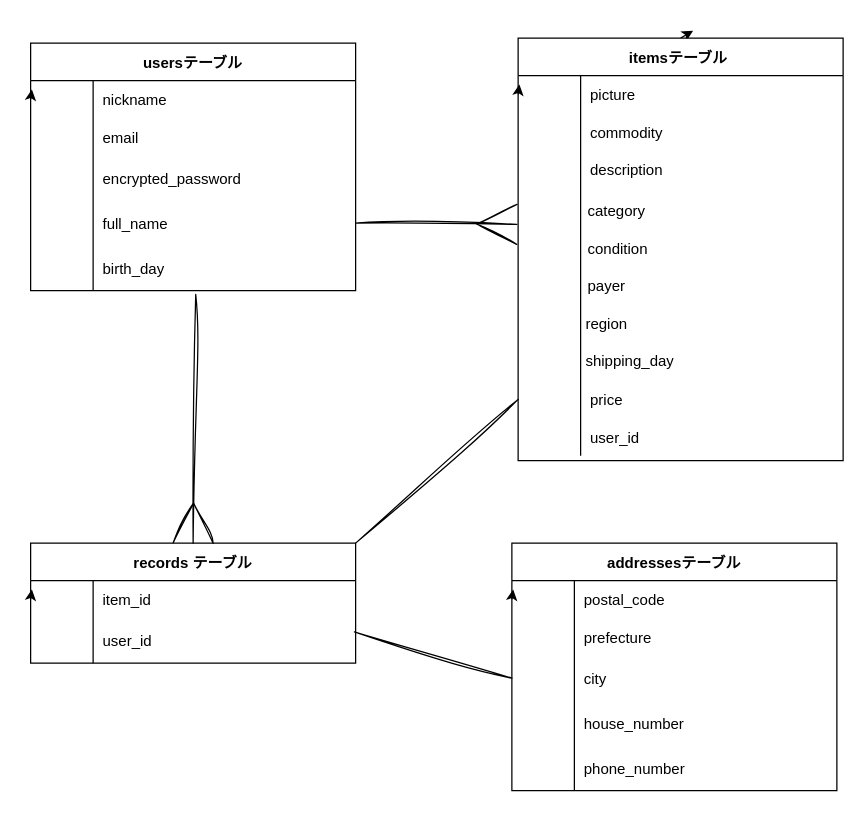
Earlier version of the draw.io diagram test.dio (izmax1109/furima-39908). Source tidied: cells renumbered, new cells numbered last; positions are measured from the earlier drawing's top-left corner, leaving out a move shared by most shapes. Both pictures are drawn from the tidied source at 125%, with x=0, y=0 at pixel (30, 30).
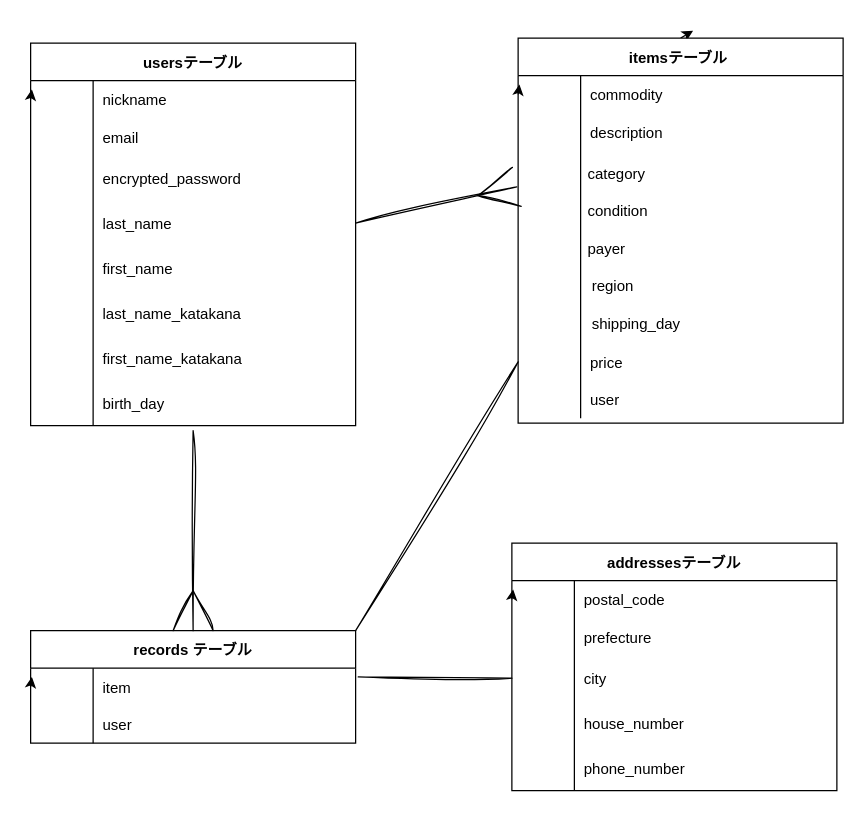
The same page after the edit.

The change refers to these unchanged cells:
```xml
<mxCell id="12" style="shape=tableRow;horizontal=0;startSize=0;swimlaneHead=0;swimlaneBody=0;fillColor=none;points=[[0,0.5],[1,0.5]];portConstraint=eastwest;top=0;left=0;right=0;bottom=0;" parent="2" vertex="1">
  <mxGeometry y="126" width="260" height="36" as="geometry" />
</mxCell>
<mxCell id="15" style="shape=tableRow;horizontal=0;startSize=0;swimlaneHead=0;swimlaneBody=0;fillColor=none;points=[[0,0.5],[1,0.5]];portConstraint=eastwest;top=0;left=0;right=0;bottom=0;" parent="2" vertex="1">
  <mxGeometry y="162" width="260" height="36" as="geometry" />
</mxCell>
<mxCell id="59" style="shape=tableRow;horizontal=0;startSize=0;swimlaneHead=0;swimlaneBody=0;fillColor=none;points=[[0,0.5],[1,0.5]];portConstraint=eastwest;top=0;left=0;right=0;bottom=0;" parent="52" vertex="1">
  <mxGeometry y="90" width="260" height="36" as="geometry" />
</mxCell>
<mxCell id="70" style="shape=tableRow;horizontal=0;startSize=0;swimlaneHead=0;swimlaneBody=0;fillColor=none;points=[[0,0.5],[1,0.5]];portConstraint=eastwest;top=0;left=0;right=0;bottom=0;" parent="69" vertex="1">
  <mxGeometry y="30" width="260" height="30" as="geometry" />
</mxCell>
```

What changed in the source:
```diff
@@
     <mxCell id="2" value="usersテーブル" style="shape=table;startSize=30;childLayout=tableLayout;rowLines=0;fontStyle=1;align=center;" parent="1" vertex="1">
-      <mxGeometry y="10" width="260" height="198" as="geometry" />
+      <mxGeometry y="10" width="260" height="306" as="geometry" />
     </mxCell>
@@
-    <mxCell id="14" value="full_name" style="shape=partialRectangle;fillColor=none;top=0;left=0;bottom=0;right=0;align=left;spacingLeft=6;overflow=hidden;" parent="12" vertex="1">
+    <mxCell id="14" value="last_name" style="shape=partialRectangle;fillColor=none;top=0;left=0;bottom=0;right=0;align=left;spacingLeft=6;overflow=hidden;" parent="12" vertex="1">
       <mxGeometry x="50" width="210" height="36" as="geometry" />
     </mxCell>
@@
-    <mxCell id="17" value="birth_day" style="shape=partialRectangle;fillColor=none;top=0;left=0;bottom=0;right=0;align=left;spacingLeft=6;overflow=hidden;" parent="15" vertex="1">
+    <mxCell id="17" value="first_name" style="shape=partialRectangle;fillColor=none;top=0;left=0;bottom=0;right=0;align=left;spacingLeft=6;overflow=hidden;" parent="15" vertex="1">
       <mxGeometry x="50" width="210" height="36" as="geometry" />
     </mxCell>
@@
+    <mxCell id="86" style="shape=tableRow;horizontal=0;startSize=0;swimlaneHead=0;swimlaneBody=0;fillColor=none;top=0;left=0;right=0;bottom=0;" parent="2" vertex="1">
+      <mxGeometry y="198" width="260" height="36" as="geometry" />
+    </mxCell>
+    <mxCell id="87" style="shape=partialRectangle;fillColor=none;top=0;left=0;bottom=0;right=0;overflow=hidden;" parent="86" vertex="1">
+      <mxGeometry width="50" height="36" as="geometry" />
+    </mxCell>
+    <mxCell id="88" value="last_name_katakana" style="shape=partialRectangle;fillColor=none;top=0;left=0;bottom=0;right=0;align=left;spacingLeft=6;overflow=hidden;" parent="86" vertex="1">
+      <mxGeometry x="50" width="210" height="36" as="geometry" />
+    </mxCell>
+    <mxCell id="89" style="shape=tableRow;horizontal=0;startSize=0;swimlaneHead=0;swimlaneBody=0;fillColor=none;top=0;left=0;right=0;bottom=0;" parent="2" vertex="1">
+      <mxGeometry y="234" width="260" height="36" as="geometry" />
+    </mxCell>
+    <mxCell id="90" style="shape=partialRectangle;fillColor=none;top=0;left=0;bottom=0;right=0;overflow=hidden;" parent="89" vertex="1">
+      <mxGeometry width="50" height="36" as="geometry" />
+    </mxCell>
+    <mxCell id="91" value="first_name_katakana" style="shape=partialRectangle;fillColor=none;top=0;left=0;bottom=0;right=0;align=left;spacingLeft=6;overflow=hidden;" parent="89" vertex="1">
+      <mxGeometry x="50" width="210" height="36" as="geometry" />
+    </mxCell>
+    <mxCell id="92" style="shape=tableRow;horizontal=0;startSize=0;swimlaneHead=0;swimlaneBody=0;fillColor=none;top=0;left=0;right=0;bottom=0;" parent="2" vertex="1">
+      <mxGeometry y="270" width="260" height="36" as="geometry" />
+    </mxCell>
+    <mxCell id="93" style="shape=partialRectangle;fillColor=none;top=0;left=0;bottom=0;right=0;overflow=hidden;" parent="92" vertex="1">
+      <mxGeometry width="50" height="36" as="geometry" />
+    </mxCell>
+    <mxCell id="94" value="birth_day" style="shape=partialRectangle;fillColor=none;top=0;left=0;bottom=0;right=0;align=left;spacingLeft=6;overflow=hidden;" parent="92" vertex="1">
+      <mxGeometry x="50" width="210" height="36" as="geometry" />
+    </mxCell>
@@
     <mxCell id="20" value="itemsテーブル " style="shape=table;startSize=30;childLayout=tableLayout;rowLines=0;fontStyle=1;align=center;" parent="1" vertex="1">
-      <mxGeometry x="390" y="6" width="260" height="338" as="geometry" />
+      <mxGeometry x="390" y="6" width="260" height="308" as="geometry" />
     </mxCell>
-    <mxCell id="21" style="shape=tableRow;horizontal=0;startSize=0;swimlaneHead=0;swimlaneBody=0;fillColor=none;top=0;left=0;right=0;bottom=0;" parent="20" vertex="1">
-      <mxGeometry y="30" width="260" height="30" as="geometry" />
-    </mxCell>
-    <mxCell id="22" style="shape=partialRectangle;fillColor=none;top=0;left=0;bottom=0;right=0;overflow=hidden;" parent="21" vertex="1">
-      <mxGeometry width="50" height="30" as="geometry" />
-    </mxCell>
-    <mxCell id="23" value="picture   " style="shape=partialRectangle;fillColor=none;top=0;left=0;bottom=0;right=0;align=left;spacingLeft=6;overflow=hidden;" parent="21" vertex="1">
-      <mxGeometry x="50" width="210" height="30" as="geometry" />
-    </mxCell>
     <mxCell id="24" style="shape=tableRow;horizontal=0;startSize=0;swimlaneHead=0;swimlaneBody=0;fillColor=none;top=0;left=0;right=0;bottom=0;" parent="20" vertex="1">
-      <mxGeometry y="60" width="260" height="30" as="geometry" />
+      <mxGeometry y="30" width="260" height="30" as="geometry" />
     </mxCell>
@@
     <mxCell id="27" style="shape=tableRow;horizontal=0;startSize=0;swimlaneHead=0;swimlaneBody=0;fillColor=none;top=0;left=0;right=0;bottom=0;" parent="20" vertex="1">
-      <mxGeometry y="90" width="260" height="30" as="geometry" />
+      <mxGeometry y="60" width="260" height="30" as="geometry" />
     </mxCell>
@@
     <mxCell id="30" style="shape=tableRow;horizontal=0;startSize=0;swimlaneHead=0;swimlaneBody=0;fillColor=none;points=[[0,0.5],[1,0.5]];portConstraint=eastwest;top=0;left=0;right=0;bottom=0;" parent="20" vertex="1">
-      <mxGeometry y="120" width="260" height="30" as="geometry" />
+      <mxGeometry y="90" width="260" height="30" as="geometry" />
     </mxCell>
@@
     <mxCell id="33" style="shape=tableRow;horizontal=0;startSize=0;swimlaneHead=0;swimlaneBody=0;fillColor=none;top=0;left=0;right=0;bottom=0;" parent="20" vertex="1">
-      <mxGeometry y="150" width="260" height="30" as="geometry" />
+      <mxGeometry y="120" width="260" height="30" as="geometry" />
     </mxCell>
@@
     <mxCell id="36" style="shape=tableRow;horizontal=0;startSize=0;swimlaneHead=0;swimlaneBody=0;fillColor=none;top=0;left=0;right=0;bottom=0;" parent="20" vertex="1">
-      <mxGeometry y="180" width="260" height="30" as="geometry" />
+      <mxGeometry y="150" width="260" height="30" as="geometry" />
     </mxCell>
@@
     <mxCell id="39" style="shape=tableRow;horizontal=0;startSize=0;swimlaneHead=0;swimlaneBody=0;fillColor=none;top=0;left=0;right=0;bottom=0;" parent="20" vertex="1">
-      <mxGeometry y="210" width="260" height="30" as="geometry" />
+      <mxGeometry y="180" width="260" height="30" as="geometry" />
     </mxCell>
@@
     <mxCell id="42" style="shape=tableRow;horizontal=0;startSize=0;swimlaneHead=0;swimlaneBody=0;fillColor=none;top=0;left=0;right=0;bottom=0;" parent="20" vertex="1">
-      <mxGeometry y="240" width="260" height="34" as="geometry" />
+      <mxGeometry y="210" width="260" height="34" as="geometry" />
     </mxCell>
@@
     <mxCell id="45" style="shape=tableRow;horizontal=0;startSize=0;swimlaneHead=0;swimlaneBody=0;fillColor=none;points=[[0,0.5],[1,0.5]];portConstraint=eastwest;top=0;left=0;right=0;bottom=0;" parent="20" vertex="1">
-      <mxGeometry y="274" width="260" height="30" as="geometry" />
+      <mxGeometry y="244" width="260" height="30" as="geometry" />
     </mxCell>
@@
     <mxCell id="49" style="shape=tableRow;horizontal=0;startSize=0;swimlaneHead=0;swimlaneBody=0;fillColor=none;top=0;left=0;right=0;bottom=0;" parent="20" vertex="1">
-      <mxGeometry y="304" width="260" height="30" as="geometry" />
+      <mxGeometry y="274" width="260" height="30" as="geometry" />
     </mxCell>
@@
-    <mxCell id="51" value="user_id" style="shape=partialRectangle;fillColor=none;top=0;left=0;bottom=0;right=0;align=left;spacingLeft=6;overflow=hidden;" parent="49" vertex="1">
+    <mxCell id="51" value="user" style="shape=partialRectangle;fillColor=none;top=0;left=0;bottom=0;right=0;align=left;spacingLeft=6;overflow=hidden;" parent="49" vertex="1">
       <mxGeometry x="50" width="210" height="30" as="geometry" />
     </mxCell>
@@
     <mxCell id="69" value="records テーブル" style="shape=table;startSize=30;childLayout=tableLayout;rowLines=0;fontStyle=1;align=center;" parent="1" vertex="1">
-      <mxGeometry y="410" width="260" height="96" as="geometry" />
+      <mxGeometry y="480" width="260" height="90" as="geometry" />
     </mxCell>
@@
-    <mxCell id="72" value="item_id" style="shape=partialRectangle;fillColor=none;top=0;left=0;bottom=0;right=0;align=left;spacingLeft=6;overflow=hidden;" parent="70" vertex="1">
+    <mxCell id="72" value="item" style="shape=partialRectangle;fillColor=none;top=0;left=0;bottom=0;right=0;align=left;spacingLeft=6;overflow=hidden;" parent="70" vertex="1">
       <mxGeometry x="50" width="210" height="30" as="geometry" />
     </mxCell>
@@
     <mxCell id="74" style="shape=tableRow;horizontal=0;startSize=0;swimlaneHead=0;swimlaneBody=0;fillColor=none;top=0;left=0;right=0;bottom=0;" parent="69" vertex="1">
-      <mxGeometry y="60" width="260" height="36" as="geometry" />
+      <mxGeometry y="60" width="260" height="30" as="geometry" />
     </mxCell>
     <mxCell id="75" style="shape=partialRectangle;fillColor=none;top=0;left=0;bottom=0;right=0;overflow=hidden;" parent="74" vertex="1">
-      <mxGeometry width="50" height="36" as="geometry" />
+      <mxGeometry width="50" height="30" as="geometry" />
     </mxCell>
-    <mxCell id="76" value="user_id" style="shape=partialRectangle;fillColor=none;top=0;left=0;bottom=0;right=0;align=left;spacingLeft=6;overflow=hidden;" parent="74" vertex="1">
-      <mxGeometry x="50" width="210" height="36" as="geometry" />
+    <mxCell id="76" value="user" style="shape=partialRectangle;fillColor=none;top=0;left=0;bottom=0;right=0;align=left;spacingLeft=6;overflow=hidden;" parent="74" vertex="1">
+      <mxGeometry x="50" width="210" height="30" as="geometry" />
     </mxCell>
     <mxCell id="77" value="category" style="text;strokeColor=none;fillColor=none;align=left;verticalAlign=middle;spacingLeft=4;spacingRight=4;overflow=hidden;whiteSpace=wrap;html=1;" parent="1" vertex="1">
-      <mxGeometry x="440" y="130" width="210" height="30" as="geometry" />
+      <mxGeometry x="440" y="100" width="210" height="30" as="geometry" />
     </mxCell>
     <mxCell id="78" value="condition" style="text;strokeColor=none;fillColor=none;align=left;verticalAlign=middle;spacingLeft=4;spacingRight=4;overflow=hidden;whiteSpace=wrap;html=1;" parent="1" vertex="1">
-      <mxGeometry x="440" y="160" width="210" height="30" as="geometry" />
+      <mxGeometry x="440" y="130" width="210" height="30" as="geometry" />
     </mxCell>
     <mxCell id="79" value="payer" style="text;strokeColor=none;fillColor=none;align=left;verticalAlign=middle;spacingLeft=4;spacingRight=4;overflow=hidden;whiteSpace=wrap;html=1;" parent="1" vertex="1">
-      <mxGeometry x="440" y="190" width="210" height="30" as="geometry" />
+      <mxGeometry x="440" y="160" width="210" height="30" as="geometry" />
     </mxCell>
     <mxCell id="80" value="&amp;nbsp;region" style="text;strokeColor=none;fillColor=none;align=left;verticalAlign=middle;spacingLeft=4;spacingRight=4;overflow=hidden;whiteSpace=wrap;html=1;" parent="1" vertex="1">
-      <mxGeometry x="435" y="220" width="210" height="30" as="geometry" />
+      <mxGeometry x="440" y="190" width="210" height="30" as="geometry" />
     </mxCell>
     <mxCell id="81" value="&amp;nbsp;shipping_day" style="text;strokeColor=none;fillColor=none;align=left;verticalAlign=middle;spacingLeft=4;spacingRight=4;overflow=hidden;whiteSpace=wrap;html=1;" parent="1" vertex="1">
-      <mxGeometry x="435" y="250" width="210" height="30" as="geometry" />
+      <mxGeometry x="440" y="220" width="210" height="30" as="geometry" />
     </mxCell>
@@
-    <mxCell id="83" style="edgeStyle=none;rounded=0;sketch=1;hachureGap=4;jiggle=2;curveFitting=1;html=1;exitX=0.508;exitY=1.083;exitDx=0;exitDy=0;entryX=0.5;entryY=0;entryDx=0;entryDy=0;fontFamily=Architects Daughter;fontSize=16;endArrow=ERmany;endFill=0;endSize=30;exitPerimeter=0;jumpSize=0;" parent="1" edge="1" source="15" target="69">
-      <mxGeometry relative="1" as="geometry" />
+    <mxCell id="83" style="edgeStyle=none;rounded=0;sketch=1;hachureGap=4;jiggle=2;curveFitting=1;html=1;entryX=0.5;entryY=0;entryDx=0;entryDy=0;fontFamily=Architects Daughter;fontSize=16;endArrow=ERmany;endFill=0;endSize=30;jumpSize=0;" parent="1" edge="1" target="69">
+      <mxGeometry relative="1" as="geometry">
+        <mxPoint x="130" y="320" as="sourcePoint" />
+      </mxGeometry>
     </mxCell>
@@
-    <mxCell id="85" style="edgeStyle=none;rounded=0;sketch=1;hachureGap=4;jiggle=2;curveFitting=1;jumpSize=0;html=1;exitX=0;exitY=0.5;exitDx=0;exitDy=0;entryX=0.996;entryY=0.306;entryDx=0;entryDy=0;entryPerimeter=0;fontFamily=Architects Daughter;fontSize=16;endArrow=none;endFill=0;endSize=30;" parent="1" edge="1" source="59">
-      <mxGeometry relative="1" as="geometry">
-        <mxPoint x="259" y="481" as="targetPoint" />
-      </mxGeometry>
+    <mxCell id="85" style="edgeStyle=none;rounded=0;sketch=1;hachureGap=4;jiggle=2;curveFitting=1;jumpSize=0;html=1;exitX=0;exitY=0.5;exitDx=0;exitDy=0;entryX=1.008;entryY=0.233;entryDx=0;entryDy=0;entryPerimeter=0;fontFamily=Architects Daughter;fontSize=16;endArrow=none;endFill=0;endSize=30;" parent="1" edge="1" source="59" target="70">
+      <mxGeometry relative="1" as="geometry" />
     </mxCell>
```
